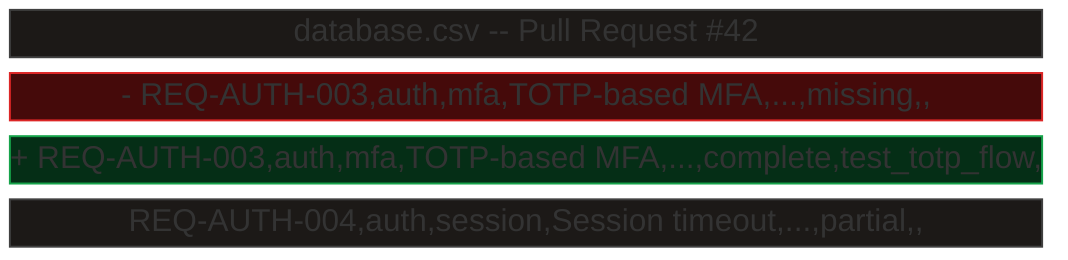
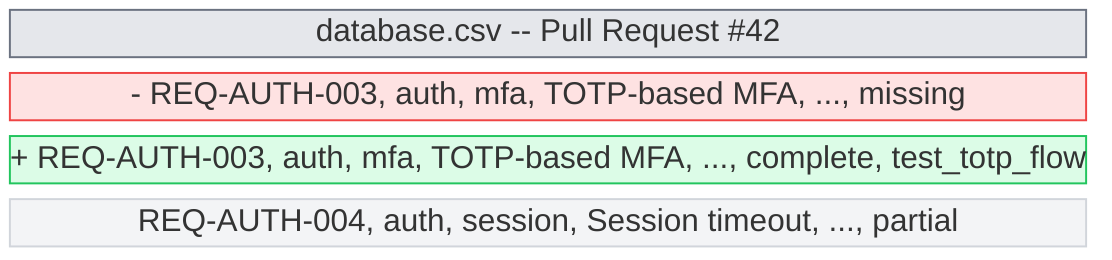
block-beta
    columns 1
-     block:header["database.csv  --  Pull Request #42"]
+     block:header["database.csv -- Pull Request #42"]
        columns 1
    end
-     block:removed["- REQ-AUTH-003,auth,mfa,TOTP-based MFA,...,missing,,"]
+     block:removed["- REQ-AUTH-003, auth, mfa, TOTP-based MFA, ..., missing"]
        columns 1
    end
-     block:added["+ REQ-AUTH-003,auth,mfa,TOTP-based MFA,...,complete,test_totp_flow,"]
+     block:added["+ REQ-AUTH-003, auth, mfa, TOTP-based MFA, ..., complete, test_totp_flow"]
        columns 1
    end
-     block:context["  REQ-AUTH-004,auth,session,Session timeout,...,partial,,"]
+     block:context["  REQ-AUTH-004, auth, session, Session timeout, ..., partial"]
        columns 1
    end

-     style header fill:#1c1917,stroke:#404040,color:#9ca3af
-     style removed fill:#450a0a,stroke:#dc2626,color:#fca5a5
-     style added fill:#052e16,stroke:#16a34a,color:#86efac
-     style context fill:#1c1917,stroke:#404040,color:#9ca3af
+     style header fill:#e5e7eb,stroke:#6b7280,color:#111827
+     style removed fill:#fee2e2,stroke:#ef4444,color:#7f1d1d
+     style added fill:#dcfce7,stroke:#22c55e,color:#14532d
+     style context fill:#f3f4f6,stroke:#d1d5db,color:#374151
